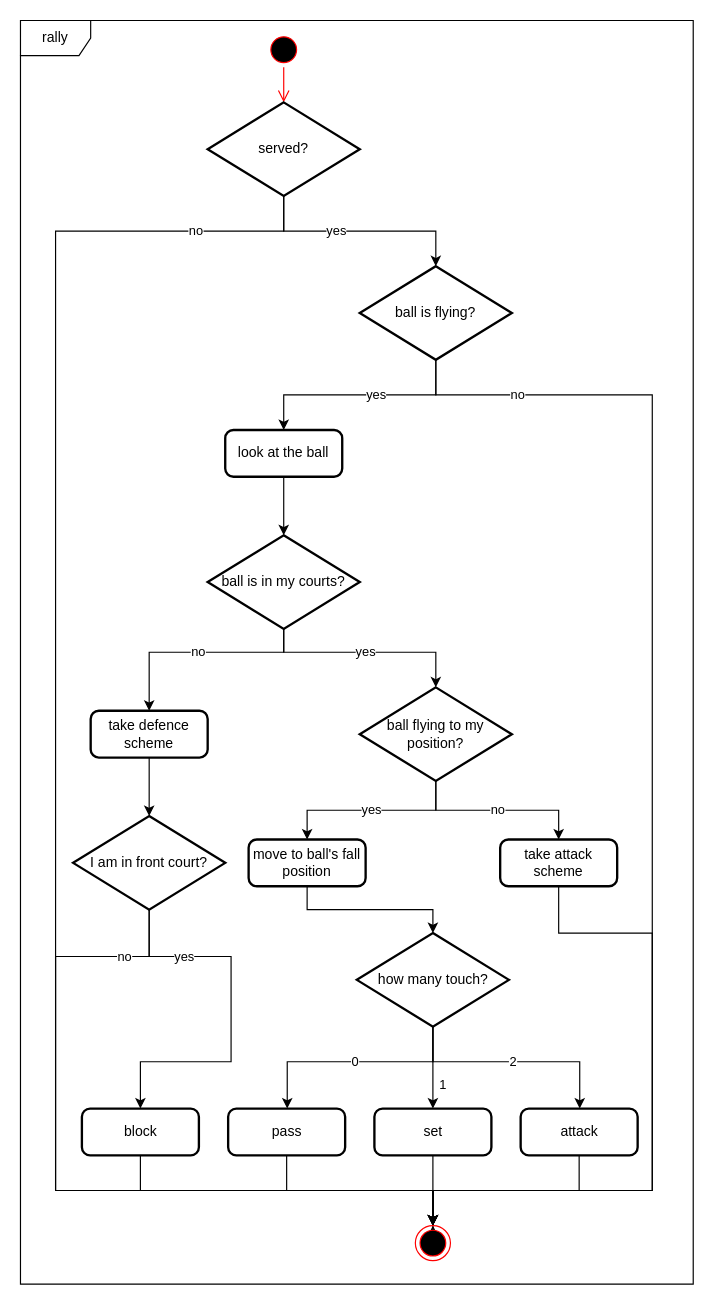
Before: Project/Documentation/Diagrams/rally.drawio in mikymaione/Folie, a draw.io diagram. Source tidied: cells renumbered, new cells numbered last; positions are measured from the earlier drawing's top-left corner, leaving out a move shared by most shapes. Both pictures are drawn from the tidied source at 117%, with x=0, y=0 at pixel (20, 20).
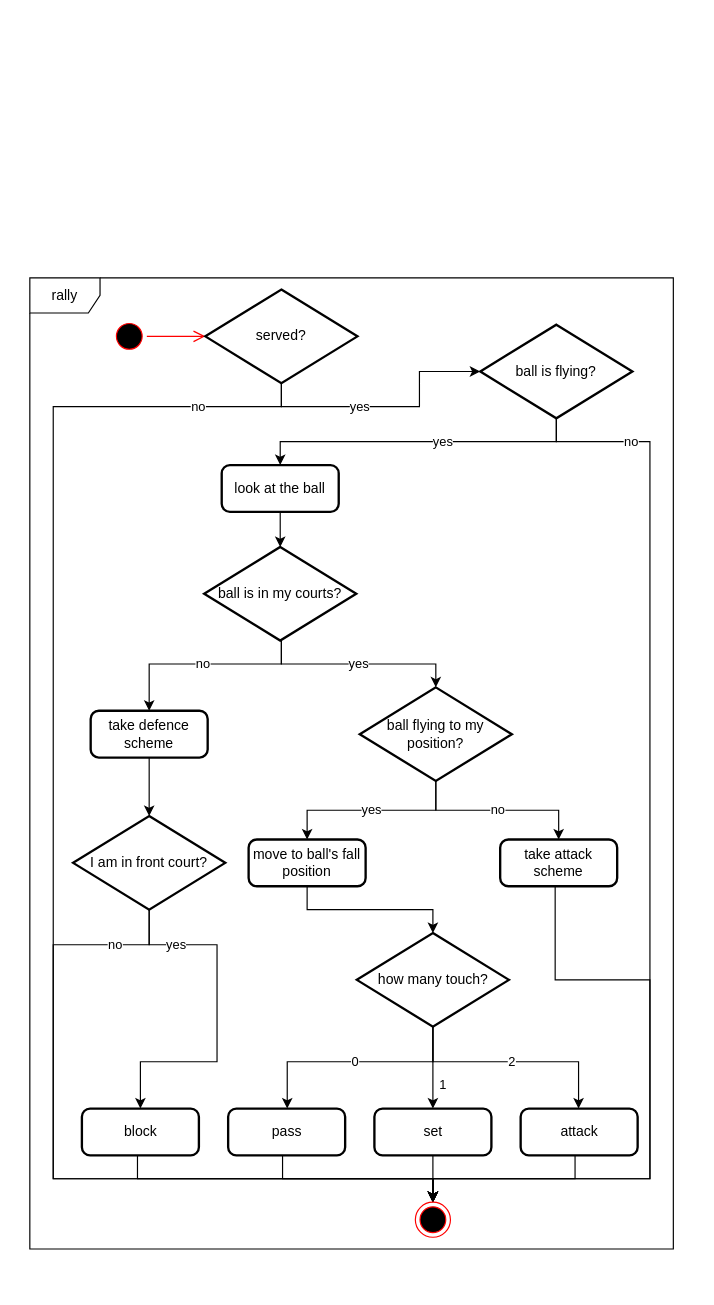
The same diagram, later.

Commit message (it also covers changes not shown here):
diagramma rally

Unchanged cells that the change refers to:
```xml
<mxCell id="3" value="ball flying to my position?" style="strokeWidth=2;html=1;shape=mxgraph.flowchart.decision;whiteSpace=wrap;" parent="1" vertex="1">
  <mxGeometry x="290" y="570" width="130" height="80" as="geometry" />
</mxCell>
<mxCell id="4" value="take defence scheme" style="rounded=1;whiteSpace=wrap;html=1;absoluteArcSize=1;arcSize=14;strokeWidth=2;" parent="1" vertex="1">
  <mxGeometry x="60" y="590" width="100" height="40" as="geometry" />
</mxCell>
<mxCell id="6" value="how many touch?" style="strokeWidth=2;html=1;shape=mxgraph.flowchart.decision;whiteSpace=wrap;" parent="1" vertex="1">
  <mxGeometry x="287.5" y="780" width="130" height="80" as="geometry" />
</mxCell>
<mxCell id="7" value="pass" style="rounded=1;whiteSpace=wrap;html=1;absoluteArcSize=1;arcSize=14;strokeWidth=2;" parent="1" vertex="1">
  <mxGeometry x="177.5" y="930" width="100" height="40" as="geometry" />
</mxCell>
<mxCell id="8" value="set" style="rounded=1;whiteSpace=wrap;html=1;absoluteArcSize=1;arcSize=14;strokeWidth=2;" parent="1" vertex="1">
  <mxGeometry x="302.5" y="930" width="100" height="40" as="geometry" />
</mxCell>
<mxCell id="9" value="attack" style="rounded=1;whiteSpace=wrap;html=1;absoluteArcSize=1;arcSize=14;strokeWidth=2;" parent="1" vertex="1">
  <mxGeometry x="427.5" y="930" width="100" height="40" as="geometry" />
</mxCell>
<mxCell id="18" value="take attack scheme" style="rounded=1;whiteSpace=wrap;html=1;absoluteArcSize=1;arcSize=14;strokeWidth=2;" parent="1" vertex="1">
  <mxGeometry x="410" y="700" width="100" height="40" as="geometry" />
</mxCell>
<mxCell id="20" value="I am in front court?" style="strokeWidth=2;html=1;shape=mxgraph.flowchart.decision;whiteSpace=wrap;" parent="1" vertex="1">
  <mxGeometry x="45" y="680" width="130" height="80" as="geometry" />
</mxCell>
<mxCell id="22" value="block" style="rounded=1;whiteSpace=wrap;html=1;absoluteArcSize=1;arcSize=14;strokeWidth=2;" parent="1" vertex="1">
  <mxGeometry x="52.5" y="930" width="100" height="40" as="geometry" />
</mxCell>
```

The edit, as a diff of the source:
```diff
@@
     <mxCell id="2" value="rally" style="shape=umlFrame;whiteSpace=wrap;html=1;" parent="1" vertex="1">
-      <mxGeometry width="575" height="1080" as="geometry" />
+      <mxGeometry x="8" y="220" width="550" height="830" as="geometry" />
     </mxCell>
@@
     <mxCell id="10" value="0" style="endArrow=classic;html=1;edgeStyle=orthogonalEdgeStyle;rounded=0;exitX=0.5;exitY=1;exitDx=0;exitDy=0;exitPerimeter=0;" parent="1" edge="1" source="6" target="7">
       <mxGeometry relative="1" as="geometry">
         <Array as="points">
-          <mxPoint x="353" y="890" />
+          <mxPoint x="352" y="890" />
           <mxPoint x="228" y="890" />
         </Array>
       </mxGeometry>
     </mxCell>
@@
     <mxCell id="12" value="2" style="endArrow=classic;html=1;edgeStyle=orthogonalEdgeStyle;rounded=0;exitX=0.5;exitY=1;exitDx=0;exitDy=0;exitPerimeter=0;" parent="1" edge="1" source="6" target="9">
       <mxGeometry relative="1" as="geometry">
         <Array as="points">
-          <mxPoint x="353" y="890" />
-          <mxPoint x="478" y="890" />
+          <mxPoint x="352" y="890" />
+          <mxPoint x="477" y="890" />
         </Array>
       </mxGeometry>
     </mxCell>
@@
     <mxCell id="15" value="ball is in my courts?" style="strokeWidth=2;html=1;shape=mxgraph.flowchart.decision;whiteSpace=wrap;" parent="1" vertex="1">
-      <mxGeometry x="160" y="440" width="130" height="80" as="geometry" />
+      <mxGeometry x="157" y="450" width="130" height="80" as="geometry" />
     </mxCell>
     <mxCell id="16" value="yes" style="endArrow=classic;html=1;rounded=0;edgeStyle=orthogonalEdgeStyle;" parent="1" edge="1" source="15" target="3">
       <mxGeometry relative="1" as="geometry">
         <Array as="points">
-          <mxPoint x="225" y="540" />
-          <mxPoint x="355" y="540" />
+          <mxPoint x="223" y="550" />
+          <mxPoint x="355" y="550" />
         </Array>
       </mxGeometry>
     </mxCell>
     <mxCell id="17" value="no" style="endArrow=classic;html=1;edgeStyle=orthogonalEdgeStyle;rounded=0;" parent="1" edge="1" source="15" target="4">
       <mxGeometry relative="1" as="geometry">
         <Array as="points">
-          <mxPoint x="225" y="540" />
-          <mxPoint x="110" y="540" />
+          <mxPoint x="223" y="550" />
+          <mxPoint x="110" y="550" />
         </Array>
       </mxGeometry>
     </mxCell>
@@
     <mxCell id="23" value="yes" style="endArrow=classic;html=1;rounded=0;edgeStyle=orthogonalEdgeStyle;exitX=0.5;exitY=1;exitDx=0;exitDy=0;exitPerimeter=0;entryX=0.5;entryY=0;entryDx=0;entryDy=0;" parent="1" edge="1" source="20" target="22">
-      <mxGeometry x="-0.56" relative="1" as="geometry">
+      <mxGeometry x="-0.64" relative="1" as="geometry">
         <Array as="points">
-          <mxPoint x="110" y="800" />
-          <mxPoint x="180" y="800" />
-          <mxPoint x="180" y="890" />
+          <mxPoint x="110" y="790" />
+          <mxPoint x="168" y="790" />
+          <mxPoint x="168" y="890" />
           <mxPoint x="103" y="890" />
         </Array>
       </mxGeometry>
     </mxCell>
     <mxCell id="24" style="endArrow=classic;html=1;rounded=0;edgeStyle=orthogonalEdgeStyle;entryX=0.5;entryY=0;entryDx=0;entryDy=0;" parent="1" edge="1" source="22" target="40">
       <mxGeometry relative="1" as="geometry">
         <Array as="points">
-          <mxPoint x="103" y="1000" />
-          <mxPoint x="353" y="1000" />
+          <mxPoint x="100" y="990" />
+          <mxPoint x="353" y="990" />
         </Array>
       </mxGeometry>
     </mxCell>
     <mxCell id="25" style="endArrow=classic;html=1;rounded=0;edgeStyle=orthogonalEdgeStyle;entryX=0.5;entryY=0;entryDx=0;entryDy=0;" parent="1" edge="1" source="7" target="40">
       <mxGeometry relative="1" as="geometry">
         <Array as="points">
-          <mxPoint x="228" y="1000" />
-          <mxPoint x="353" y="1000" />
+          <mxPoint x="224" y="990" />
+          <mxPoint x="353" y="990" />
         </Array>
       </mxGeometry>
     </mxCell>
     <mxCell id="26" style="endArrow=classic;html=1;rounded=0;edgeStyle=orthogonalEdgeStyle;entryX=0.5;entryY=0;entryDx=0;entryDy=0;" parent="1" edge="1" source="8" target="40">
-      <mxGeometry relative="1" as="geometry">
-        <Array as="points">
-          <mxPoint x="353" y="1040" />
-          <mxPoint x="353" y="1040" />
-        </Array>
-      </mxGeometry>
+      <mxGeometry relative="1" as="geometry" />
     </mxCell>
     <mxCell id="27" style="endArrow=classic;html=1;rounded=0;edgeStyle=orthogonalEdgeStyle;entryX=0.5;entryY=0;entryDx=0;entryDy=0;" parent="1" edge="1" source="9" target="40">
       <mxGeometry relative="1" as="geometry">
         <Array as="points">
-          <mxPoint x="478" y="1000" />
-          <mxPoint x="353" y="1000" />
+          <mxPoint x="474" y="990" />
+          <mxPoint x="353" y="990" />
         </Array>
       </mxGeometry>
     </mxCell>
     <mxCell id="28" style="endArrow=classic;html=1;rounded=0;edgeStyle=orthogonalEdgeStyle;entryX=0.5;entryY=0;entryDx=0;entryDy=0;" parent="1" edge="1" source="18" target="40">
       <mxGeometry relative="1" as="geometry">
         <Array as="points">
-          <mxPoint x="460" y="780" />
-          <mxPoint x="540" y="780" />
-          <mxPoint x="540" y="1000" />
-          <mxPoint x="353" y="1000" />
+          <mxPoint x="457" y="820" />
+          <mxPoint x="538" y="820" />
+          <mxPoint x="538" y="990" />
+          <mxPoint x="353" y="990" />
         </Array>
       </mxGeometry>
     </mxCell>
     <mxCell id="29" style="ellipse;html=1;shape=startState;fillColor=#000000;strokeColor=#ff0000;" parent="1" vertex="1">
-      <mxGeometry x="210" y="10" width="30" height="30" as="geometry" />
+      <mxGeometry x="78" y="255" width="30" height="30" as="geometry" />
     </mxCell>
@@
     <mxCell id="31" value="ball is flying?" style="strokeWidth=2;html=1;shape=mxgraph.flowchart.decision;whiteSpace=wrap;" parent="1" vertex="1">
-      <mxGeometry x="290" y="210" width="130" height="80" as="geometry" />
+      <mxGeometry x="393" y="260" width="130" height="80" as="geometry" />
     </mxCell>
@@
     <mxCell id="33" value="look at the ball" style="rounded=1;whiteSpace=wrap;html=1;absoluteArcSize=1;arcSize=14;strokeWidth=2;" parent="1" vertex="1">
-      <mxGeometry x="175" y="350" width="100" height="40" as="geometry" />
+      <mxGeometry x="172" y="380" width="100" height="40" as="geometry" />
     </mxCell>
@@
     <mxCell id="35" value="served?" style="strokeWidth=2;html=1;shape=mxgraph.flowchart.decision;whiteSpace=wrap;" parent="1" vertex="1">
-      <mxGeometry x="160" y="70" width="130" height="80" as="geometry" />
+      <mxGeometry x="158" y="230" width="130" height="80" as="geometry" />
     </mxCell>
-    <mxCell id="36" value="yes" style="endArrow=classic;html=1;rounded=0;edgeStyle=orthogonalEdgeStyle;exitX=0.5;exitY=1;exitDx=0;exitDy=0;exitPerimeter=0;entryX=0.5;entryY=0;entryDx=0;entryDy=0;entryPerimeter=0;" parent="1" edge="1" source="35" target="31">
-      <mxGeometry x="-0.21" relative="1" as="geometry" />
+    <mxCell id="36" value="yes" style="endArrow=classic;html=1;rounded=0;edgeStyle=orthogonalEdgeStyle;exitX=0.5;exitY=1;exitDx=0;exitDy=0;exitPerimeter=0;entryX=0;entryY=0.5;entryDx=0;entryDy=0;entryPerimeter=0;" parent="1" edge="1" source="35" target="31">
+      <mxGeometry x="-0.21" relative="1" as="geometry">
+        <Array as="points">
+          <mxPoint x="223" y="330" />
+          <mxPoint x="341" y="330" />
+          <mxPoint x="341" y="300" />
+        </Array>
+      </mxGeometry>
     </mxCell>
     <mxCell id="37" value="no" style="endArrow=classic;html=1;rounded=0;edgeStyle=orthogonalEdgeStyle;exitX=0.5;exitY=1;exitDx=0;exitDy=0;exitPerimeter=0;entryX=0.5;entryY=0;entryDx=0;entryDy=0;" parent="1" edge="1" source="35" target="40">
       <mxGeometry x="-0.85" relative="1" as="geometry">
         <Array as="points">
-          <mxPoint x="225" y="180" />
-          <mxPoint x="30" y="180" />
-          <mxPoint x="30" y="1000" />
-          <mxPoint x="353" y="1000" />
+          <mxPoint x="223" y="330" />
+          <mxPoint x="28" y="330" />
+          <mxPoint x="28" y="990" />
+          <mxPoint x="353" y="990" />
         </Array>
       </mxGeometry>
     </mxCell>
     <mxCell id="38" value="no" style="endArrow=classic;html=1;rounded=0;edgeStyle=orthogonalEdgeStyle;exitX=0.5;exitY=1;exitDx=0;exitDy=0;exitPerimeter=0;entryX=0.5;entryY=0;entryDx=0;entryDy=0;" parent="1" edge="1" source="31" target="40">
       <mxGeometry x="-0.82" relative="1" as="geometry">
         <Array as="points">
-          <mxPoint x="355" y="320" />
-          <mxPoint x="540" y="320" />
-          <mxPoint x="540" y="1000" />
-          <mxPoint x="353" y="1000" />
+          <mxPoint x="458" y="360" />
+          <mxPoint x="538" y="360" />
+          <mxPoint x="538" y="990" />
+          <mxPoint x="353" y="990" />
         </Array>
       </mxGeometry>
     </mxCell>
     <mxCell id="39" value="no" style="endArrow=classic;html=1;rounded=0;edgeStyle=orthogonalEdgeStyle;exitX=0.5;exitY=1;exitDx=0;exitDy=0;exitPerimeter=0;entryX=0.5;entryY=0;entryDx=0;entryDy=0;" parent="1" edge="1" source="20" target="40">
       <mxGeometry x="-0.82" relative="1" as="geometry">
         <Array as="points">
-          <mxPoint x="110" y="800" />
-          <mxPoint x="30" y="800" />
-          <mxPoint x="30" y="1000" />
-          <mxPoint x="353" y="1000" />
+          <mxPoint x="110" y="790" />
+          <mxPoint x="28" y="790" />
+          <mxPoint x="28" y="990" />
+          <mxPoint x="352" y="990" />
         </Array>
       </mxGeometry>
     </mxCell>
     <mxCell id="40" style="ellipse;html=1;shape=endState;fillColor=#000000;strokeColor=#ff0000;" parent="1" vertex="1">
-      <mxGeometry x="337.5" y="1030" width="30" height="30" as="geometry" />
+      <mxGeometry x="337.5" y="1010" width="30" height="30" as="geometry" />
     </mxCell>
```
